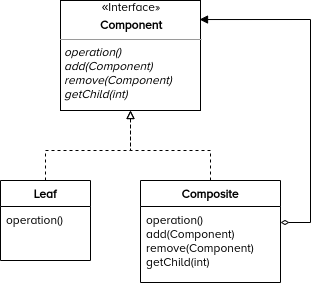
jashburn8020/design-patterns keeps this draw.io diagram as images/composite-structure.png. Above is the earlier version. Source tidied: cells renumbered, new cells last; positions are measured from the earlier drawing's top-left corner, leaving out a move shared by most shapes.
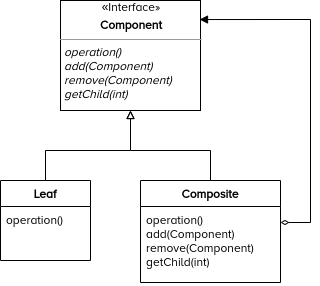
After the change.

Diff of the diagram source:
```diff
@@ -2,7 +2,7 @@
   <root>
     <mxCell id="0" />
     <mxCell id="1" parent="0" />
-    <mxCell id="2" style="edgeStyle=orthogonalEdgeStyle;rounded=0;jettySize=auto;html=1;fontFamily=QuicksandMedium;fontSource=https%3A%2F%2Ffonts.googleapis.com%2Fcss%3Ffamily%3DQuicksandMedium;endArrow=block;endFill=0;dashed=1;exitX=0.5;exitY=0;exitDx=0;exitDy=0;" parent="1" edge="1" source="3">
+    <mxCell id="2" style="edgeStyle=orthogonalEdgeStyle;rounded=0;jettySize=auto;html=1;fontFamily=QuicksandMedium;fontSource=https%3A%2F%2Ffonts.googleapis.com%2Fcss%3Ffamily%3DQuicksandMedium;endArrow=block;endFill=0;exitX=0.5;exitY=0;exitDx=0;exitDy=0;" parent="1" edge="1" source="3">
       <mxGeometry relative="1" as="geometry">
         <mxPoint x="130" y="110" as="targetPoint" />
         <Array as="points">
@@ -20,7 +20,7 @@
     <mxCell id="5" value="&lt;div style=&quot;text-align: center&quot;&gt;&lt;span&gt;&lt;font face=&quot;Helvetica&quot;&gt;«&lt;/font&gt;&lt;/span&gt;&lt;span&gt;Interface»&lt;/span&gt;&lt;/div&gt;&lt;p style=&quot;margin: 0px ; margin-top: 4px ; text-align: center&quot;&gt;&lt;b&gt;Component&lt;/b&gt;&lt;/p&gt;&lt;hr size=&quot;1&quot;&gt;&lt;p style=&quot;margin: 0px ; margin-left: 4px&quot;&gt;&lt;/p&gt;&lt;p style=&quot;margin: 0px ; margin-left: 4px&quot;&gt;&lt;i&gt;operation()&lt;br&gt;add(Component)&lt;/i&gt;&lt;/p&gt;&lt;p style=&quot;margin: 0px ; margin-left: 4px&quot;&gt;&lt;i&gt;remove(Component)&lt;/i&gt;&lt;/p&gt;&lt;p style=&quot;margin: 0px ; margin-left: 4px&quot;&gt;&lt;i&gt;getChild(int)&lt;/i&gt;&lt;/p&gt;" style="verticalAlign=top;align=left;overflow=fill;fontSize=12;fontFamily=QuicksandMedium;html=1;fontSource=https%3A%2F%2Ffonts.googleapis.com%2Fcss%3Ffamily%3DQuicksandMedium;" parent="1" vertex="1">
       <mxGeometry x="60" width="140" height="110" as="geometry" />
     </mxCell>
-    <mxCell id="6" style="edgeStyle=orthogonalEdgeStyle;rounded=0;jettySize=auto;html=1;dashed=1;endArrow=block;endFill=0;fontFamily=QuicksandMedium;fontSource=https%3A%2F%2Ffonts.googleapis.com%2Fcss%3Ffamily%3DQuicksandMedium;" parent="1" edge="1" source="7" target="5">
+    <mxCell id="6" style="edgeStyle=orthogonalEdgeStyle;rounded=0;jettySize=auto;html=1;endArrow=block;endFill=0;fontFamily=QuicksandMedium;fontSource=https%3A%2F%2Ffonts.googleapis.com%2Fcss%3Ffamily%3DQuicksandMedium;" parent="1" edge="1" source="7" target="5">
       <mxGeometry relative="1" as="geometry">
         <Array as="points">
           <mxPoint x="45" y="150" />
```
